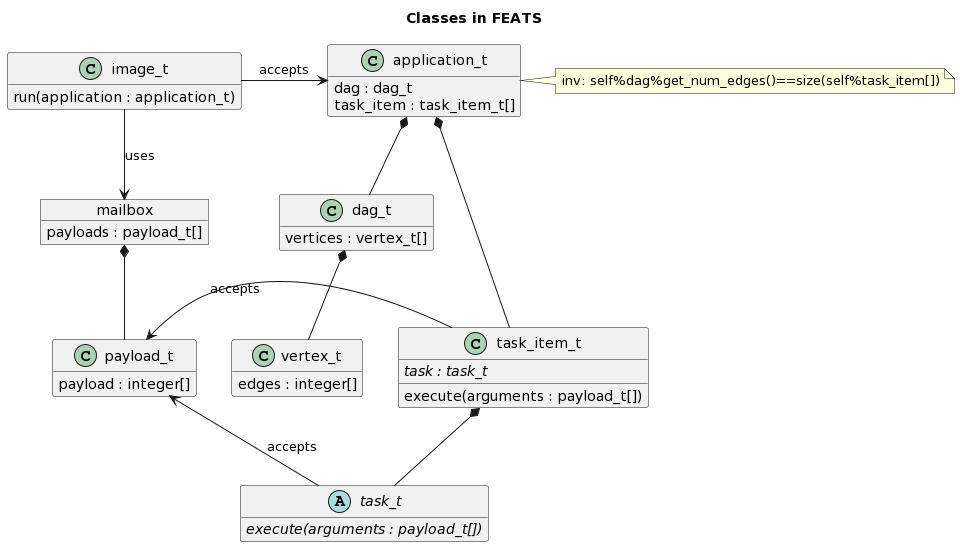
The PlantUML diagram doc/class_diagram.png in sourceryinstitute/FEATS, before a commit.
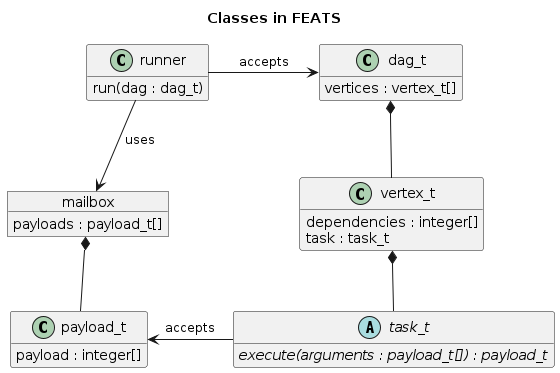
The same file after the commit.

Commit message:
update class diagram

What changed in the source:
```diff
@@ -2,43 +2,24 @@
 Title "Classes in FEATS"
 
 hide empty members
-
-class application_t{
-  dag : dag_t
-  task_item : task_item_t[]
-}
-note right: inv: self%dag%get_num_edges()==size(self%task_item[])
-application_t *-down- task_item_t
 
 class dag_t{
   vertices : vertex_t[]
 }
 
 class vertex_t{
-  edges : integer[]
+  dependencies : integer[]
+  task : task_t
 }
 
-application_t *-down- dag_t
 dag_t *-down- vertex_t
 
-class image_t{
-  run(application : application_t)
+abstract class task_t{
+  {abstract} execute(arguments : payload_t[]) : payload_t
 }
 
-image_t -right-> application_t : accepts
-
-class task_item_t{
-  {abstract} task : task_t
-  execute(arguments : payload_t[])
-}
-
-abstract class task_t{
-  {abstract} execute(arguments : payload_t[])
-}
-
-task_item_t *-down- task_t
+vertex_t *-down- task_t
 task_t -left-> payload_t : accepts
-task_item_t -left-> payload_t : accepts
 
 class payload_t{
   payload : integer[]
@@ -49,5 +30,12 @@
 }
 
 mailbox *-down- payload_t
-image_t --> mailbox : uses
+
+class runner{
+  run(dag : dag_t)
+}
+
+runner -down-> mailbox : uses
+runner -right-> dag_t : accepts
+
 @enduml
```
